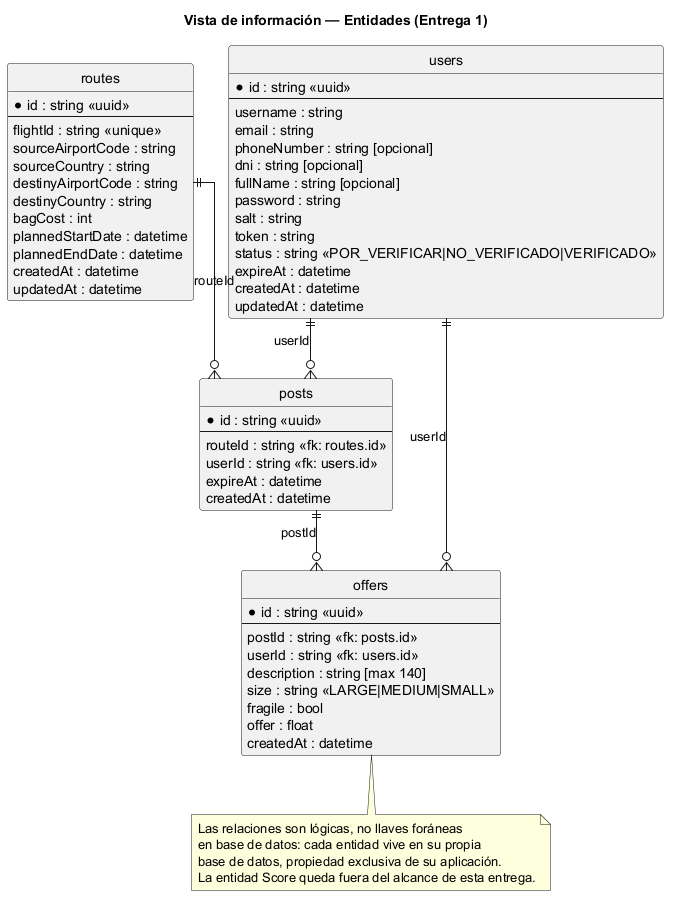
Before: docs/diagrams/entities.png, a diagram exported from PlantUML (mt-marceloctorres-net/202614-grupo24-proyecto). Source of this version:
```plantuml
@startuml entities

title Vista de información — Entidades (Entrega 1)
hide circle
skinparam linetype ortho

entity "users" as users {
  * id : string <<uuid>>
  --
  username : string
  email : string
  phoneNumber : string [opcional]
  dni : string [opcional]
  fullName : string [opcional]
  password : string
  salt : string
  token : string
  status : string <<POR_VERIFICAR|NO_VERIFICADO|VERIFICADO>>
  expireAt : datetime
  createdAt : datetime
  updatedAt : datetime
}

entity "routes" as routes {
  * id : string <<uuid>>
  --
  flightId : string <<unique>>
  sourceAirportCode : string
  sourceCountry : string
  destinyAirportCode : string
  destinyCountry : string
  bagCost : int
  plannedStartDate : datetime
  plannedEndDate : datetime
  createdAt : datetime
  updatedAt : datetime
}

entity "posts" as posts {
  * id : string <<uuid>>
  --
  routeId : string <<fk: routes.id>>
  userId : string <<fk: users.id>>
  expireAt : datetime
  createdAt : datetime
}

entity "offers" as offers {
  * id : string <<uuid>>
  --
  postId : string <<fk: posts.id>>
  userId : string <<fk: users.id>>
  description : string [max 140]
  size : string <<LARGE|MEDIUM|SMALL>>
  fragile : bool
  offer : float
  createdAt : datetime
}

routes ||--o{ posts : routeId
users  ||--o{ posts : userId
posts  ||--o{ offers : postId
users  ||--o{ offers : userId

note bottom of offers
  Las relaciones son lógicas, no llaves foráneas
  en base de datos: cada entidad vive en su propia
  base de datos, propiedad exclusiva de su aplicación.
  La entidad Score queda fuera del alcance de esta entrega.
end note

@enduml
```
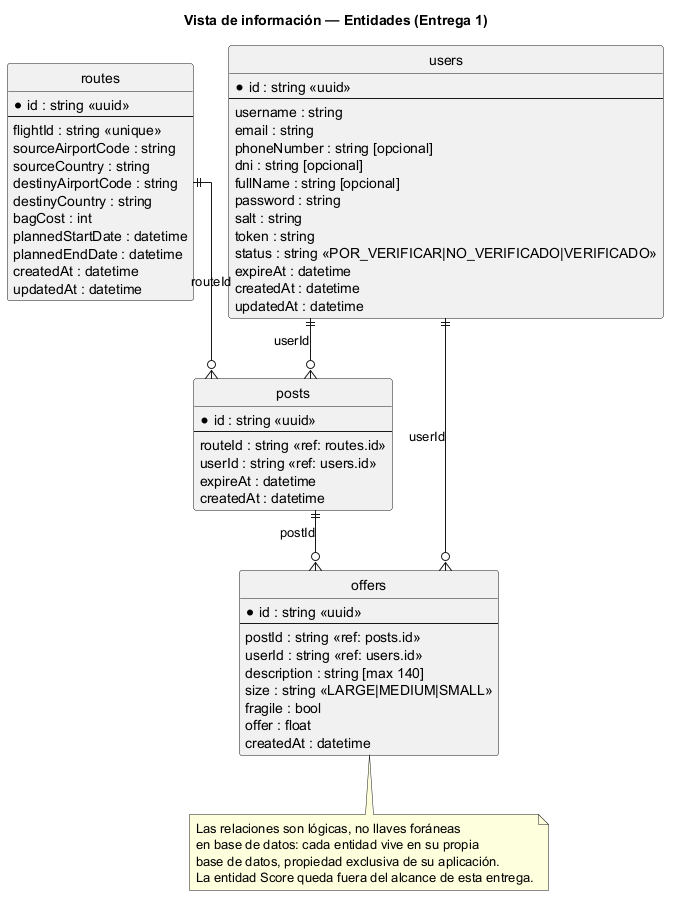
After the commit.

What changed in the source:
```diff
@@ -39,8 +39,8 @@
 entity "posts" as posts {
   * id : string <<uuid>>
   --
-  routeId : string <<fk: routes.id>>
-  userId : string <<fk: users.id>>
+  routeId : string <<ref: routes.id>>
+  userId : string <<ref: users.id>>
   expireAt : datetime
   createdAt : datetime
 }
@@ -48,8 +48,8 @@
 entity "offers" as offers {
   * id : string <<uuid>>
   --
-  postId : string <<fk: posts.id>>
-  userId : string <<fk: users.id>>
+  postId : string <<ref: posts.id>>
+  userId : string <<ref: users.id>>
   description : string [max 140]
   size : string <<LARGE|MEDIUM|SMALL>>
   fragile : bool
```
